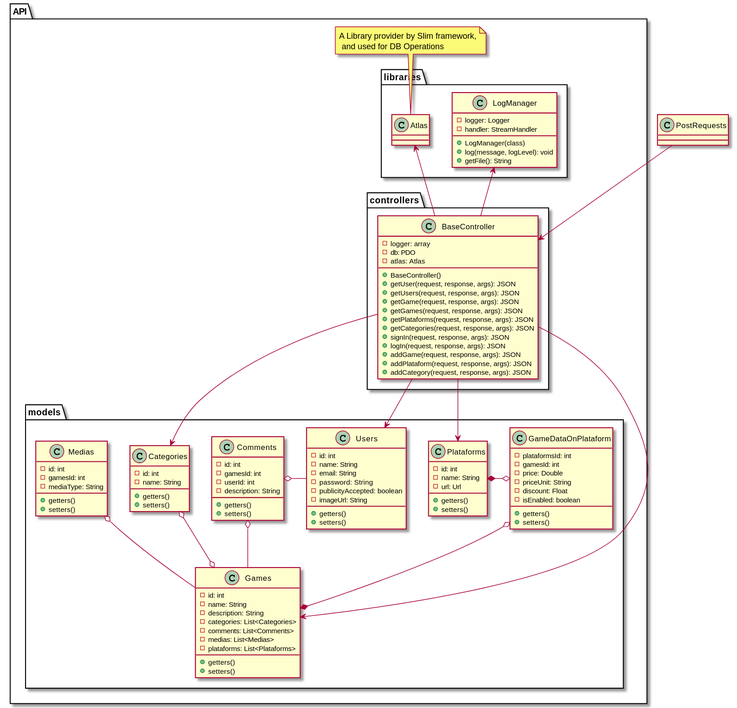
This is docs/diagrams/out/API Class Diagram.svg from DainWs/VoidEyeGames, a PlantUML export, as it was before one commit. Source of this version:
```plantuml
@startuml API Class Diagram
class PostRequests {}
namespace API {
 namespace libraries {
  class LogManager {
   -logger: Logger
   -handler: StreamHandler
   +LogManager(class)
   +log(message, logLevel): void
   +getFile(): String
  }

  class Atlas {}
 }
 namespace models {
  class Games {
   -id: int
   -name: String
   -description: String
   -categories: List<Categories>
   -comments: List<Comments>
   -medias: List<Medias>
   -plataforms: List<Plataforms>
   +getters()
   +setters()
  }
  class Categories {
   -id: int
   -name: String
   +getters()
   +setters()
  }
  class Comments {
   -id: int
   -gamesId: int
   -userId: int
   -description: String
   +getters()
   +setters()
  }
  class Medias {
   -id: int
   -gamesId: int
   -mediaType: String
   +getters()
   +setters()
  }
  class Plataforms {
   -id: int
   -name: String
   -url: Url
   +getters()
   +setters()
  }
  class GameDataOnPlataform {
   -plataformsId: int
   -gamesId: int
   -price: Double
   -priceUnit: String
   -discount: Float
   -isEnabled: boolean
   +getters()
   +setters()
  }
  class Users {
   -id: int
   -name: String
   -email: String
   -password: String
   -publicityAccepted: boolean
   -imageUrl: String
   +getters()
   +setters()
  }
  GameDataOnPlataform o--* Games
  Plataforms *-r-o GameDataOnPlataform
  Categories o--o Games
  Comments o-- Games
  Comments o-r- Users
  Medias o-- Games
 }

 namespace controllers {
  class BaseController {
   -logger: array
   -db: PDO
   -atlas: Atlas
   +BaseController()
   +getUser(request, response, args): JSON
   +getUsers(request, response, args): JSON
   +getGame(request, response, args): JSON
   +getGames(request, response, args): JSON
   +getPlataforms(request, response, args): JSON
   +getCategories(request, response, args): JSON
   +signIn(request, response, args): JSON
   +logIn(request, response, args): JSON
   +addGame(request, response, args): JSON
   +addPlataform(request, response, args): JSON
   +addCategory(request, response, args): JSON
  }

  .PostRequests --> BaseController
  API.libraries.LogManager <-- BaseController
  API.libraries.Atlas <-- BaseController

  BaseController --> API.models.Games
  BaseController --> API.models.Categories
  BaseController --> API.models.Plataforms
  BaseController --> API.models.Users
 }

 note top of API.libraries.Atlas: A Library provider by Slim framework,\n and used for DB Operations
}
@enduml
```
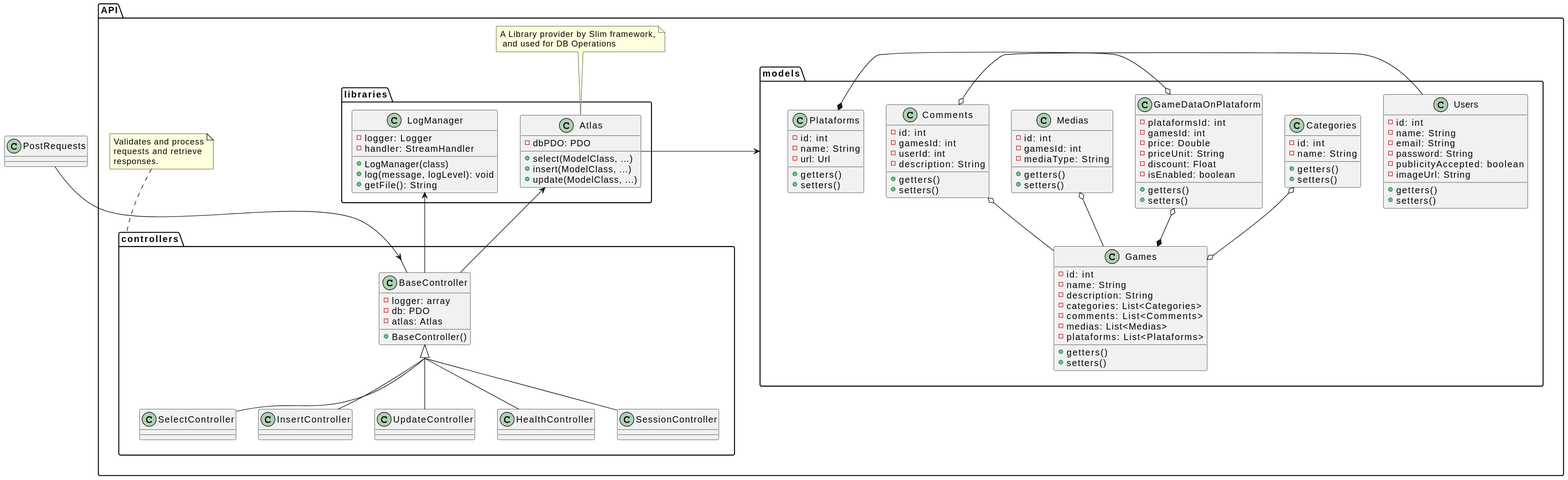
The same file after the commit.

Diff of the diagram source:
```diff
@@ -1,4 +1,5 @@
-@startuml API Class Diagram
+@startuml
+skinparam groupInheritance 3
 class PostRequests {}
 namespace API {
  namespace libraries {
@@ -10,7 +11,12 @@
    +getFile(): String
   }
 
-  class Atlas {}
+  class Atlas {
+    -dbPDO: PDO
+    +select(ModelClass, ...)
+    +insert(ModelClass, ...)
+    +update(ModelClass, ...)
+  }
  }
  namespace models {
   class Games {
@@ -86,29 +92,22 @@
    -db: PDO
    -atlas: Atlas
    +BaseController()
-   +getUser(request, response, args): JSON
-   +getUsers(request, response, args): JSON
-   +getGame(request, response, args): JSON
-   +getGames(request, response, args): JSON
-   +getPlataforms(request, response, args): JSON
-   +getCategories(request, response, args): JSON
-   +signIn(request, response, args): JSON
-   +logIn(request, response, args): JSON
-   +addGame(request, response, args): JSON
-   +addPlataform(request, response, args): JSON
-   +addCategory(request, response, args): JSON
   }
+
+  class SelectController extends BaseController {}
+  class InsertController extends BaseController {}
+  class UpdateController extends BaseController {}
+  class HealthController extends BaseController {}
+  class SessionController extends BaseController {}
 
   .PostRequests --> BaseController
   API.libraries.LogManager <-- BaseController
   API.libraries.Atlas <-- BaseController
 
-  BaseController --> API.models.Games
-  BaseController --> API.models.Categories
-  BaseController --> API.models.Plataforms
-  BaseController --> API.models.Users
+  API.libraries.Atlas -r-> API.models
  }
 
  note top of API.libraries.Atlas: A Library provider by Slim framework,\n and used for DB Operations
+ note top of API.controllers: Validates and process\nrequests and retrieve\nresponses.
 }
 @enduml
```
